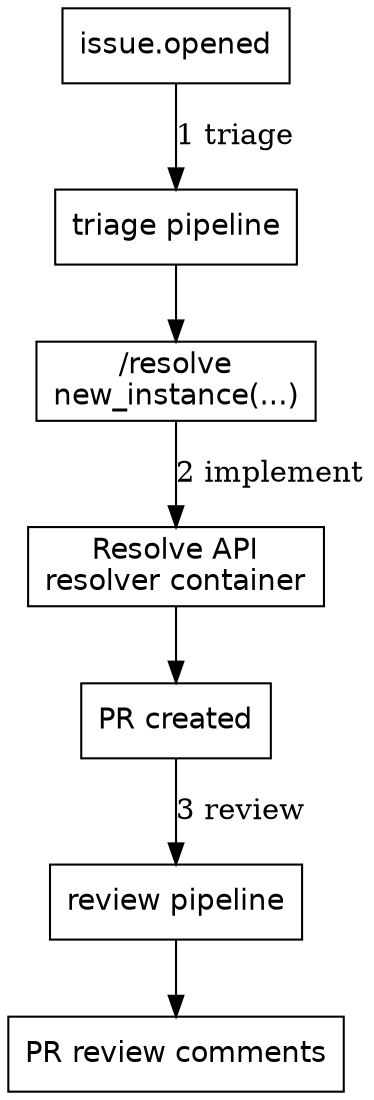
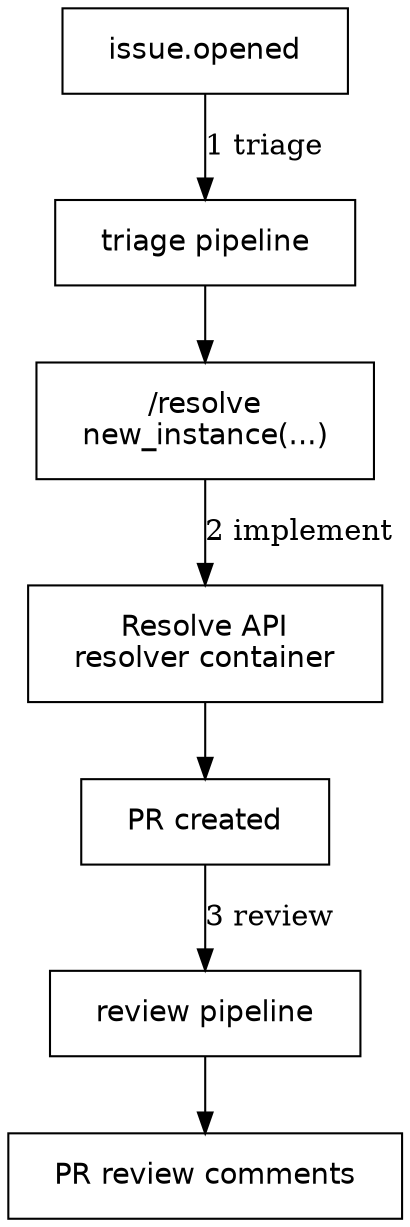
// The three-concern architecture. Concern 2 (Implement) is Resolve itself.
digraph three_concern {
  rankdir=TB;
-   node [shape=box, fontname="Helvetica"];
+   node [shape=box, fontsize=14, margin="0.3,0.18", fontname="Helvetica"];

-   issue   [label="issue.opened"];
-   triage  [label="triage pipeline"];
-   cmd     [label="/resolve\nnew_instance(...)"];
-   resolve [label="Resolve API\nresolver container"];
-   pr      [label="PR created"];
-   review  [label="review pipeline"];
-   comments[label="PR review comments"];
+   issue   [class="consumer", label="issue.opened"];
+   triage  [class="resolver", label="triage pipeline"];
+   cmd     [class="platform", label="/resolve\nnew_instance(...)"];
+   resolve [class="platform", label="Resolve API\nresolver container"];
+   pr      [class="good", label="PR created"];
+   review  [class="resolver", label="review pipeline"];
+   comments[class="consumer", label="PR review comments"];

  // Concern 1 — Triage
  issue  -> triage  [label="1 triage"];
  triage -> cmd;
  // Concern 2 — Implement (Resolve)
  cmd    -> resolve [label="2 implement"];
  resolve-> pr;
  // Concern 3 — Review
  pr     -> review  [label="3 review"];
  review -> comments;
}
